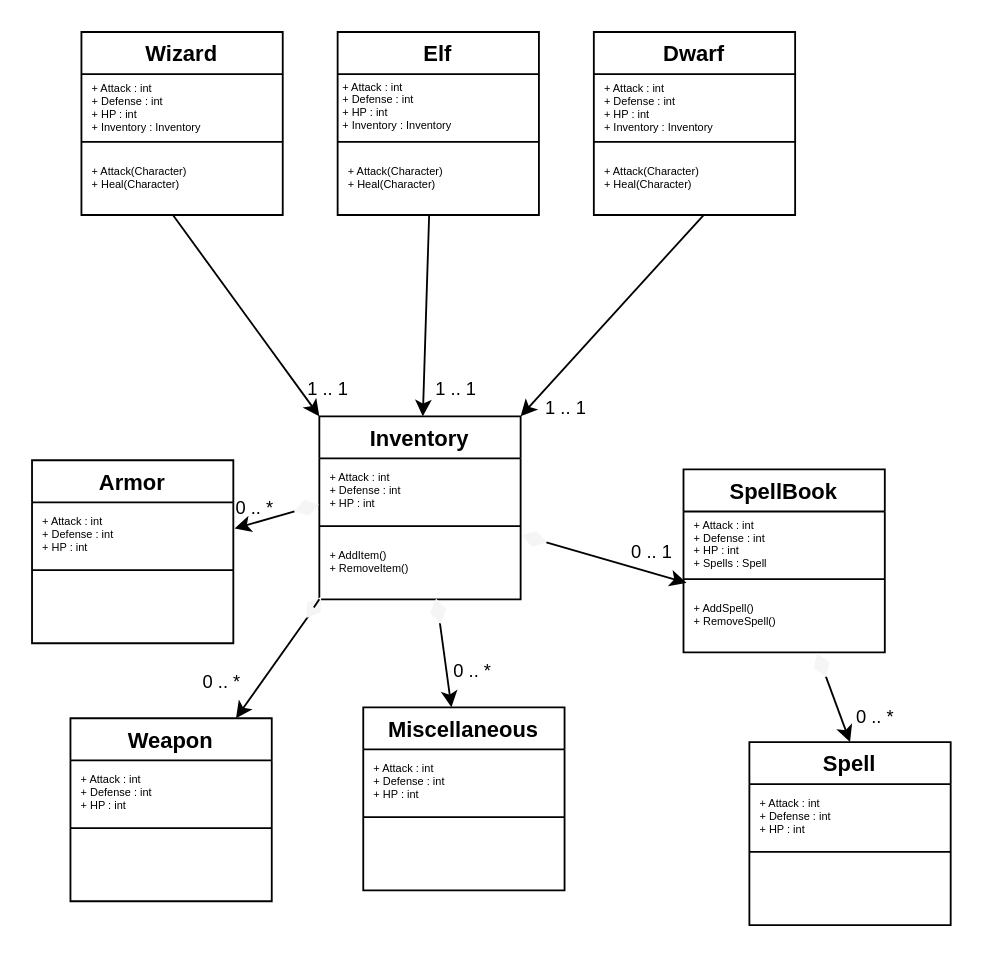
charlis96/RolePlayGame_1_Start keeps this draw.io diagram as Diagramas UML.drawio. Above is the earlier version. Source tidied: cells renumbered, new cells numbered last; positions are measured from the earlier drawing's top-left corner, leaving out a move shared by most shapes. Both pictures are drawn from the tidied source at 183%, with x=0, y=0 at pixel (31, 31).
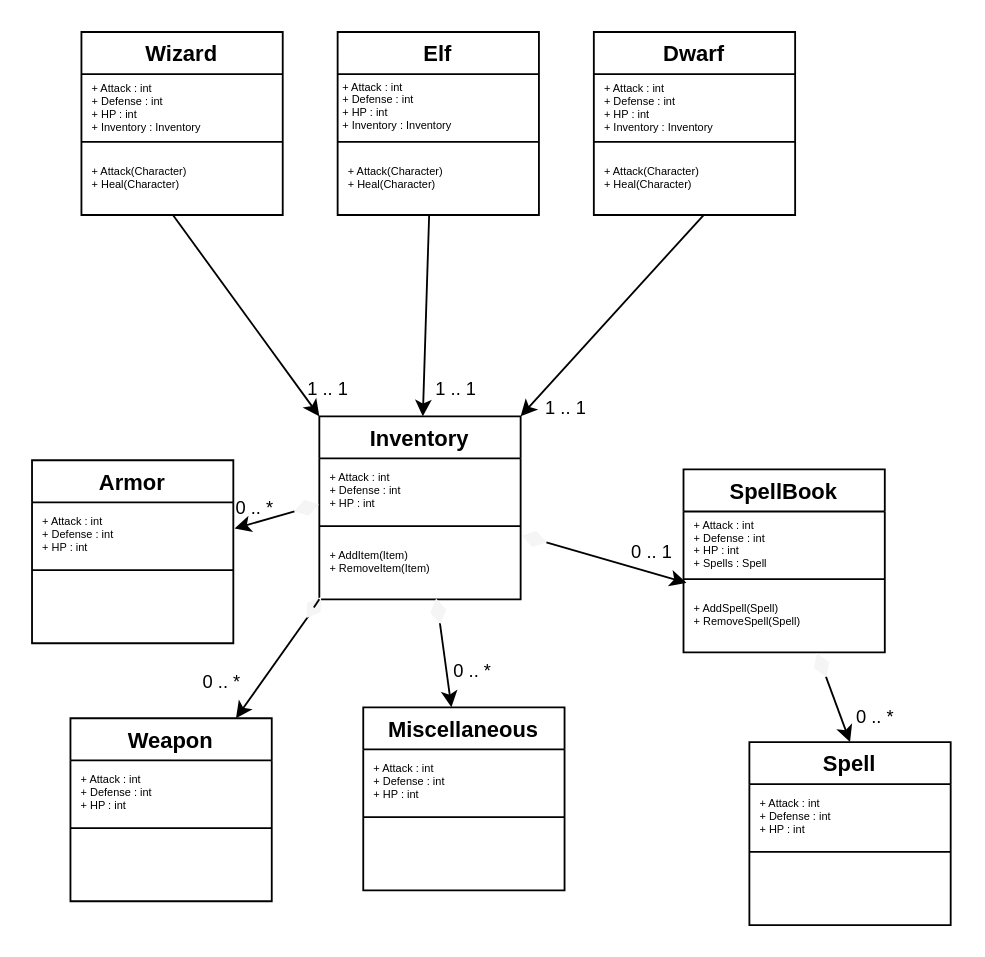
The same diagram, later.

The change refers to these unchanged cells:
```xml
<mxCell id="17" value="Inventory" style="swimlane;" parent="1" vertex="1">
  <mxGeometry x="157" y="210" width="110" height="100" as="geometry" />
</mxCell>
<mxCell id="37" value="SpellBook" style="swimlane;" parent="1" vertex="1">
  <mxGeometry x="356" y="239" width="110" height="100" as="geometry" />
</mxCell>
```

Change to the diagram source:
```diff
@@
-    <mxCell id="19" value="+ AddItem()&#10;+ RemoveItem()" style="text;strokeColor=none;fillColor=none;align=left;verticalAlign=middle;spacingLeft=4;spacingRight=4;overflow=hidden;fontSize=6;" parent="17" vertex="1">
+    <mxCell id="19" value="+ AddItem(Item)&#10;+ RemoveItem(Item)" style="text;strokeColor=none;fillColor=none;align=left;verticalAlign=middle;spacingLeft=4;spacingRight=4;overflow=hidden;fontSize=6;" parent="17" vertex="1">
       <mxGeometry y="70" width="80" height="20" as="geometry" />
     </mxCell>
@@
-    <mxCell id="40" value="+ AddSpell()&#10;+ RemoveSpell()" style="text;strokeColor=none;fillColor=none;align=left;verticalAlign=middle;spacingLeft=4;spacingRight=4;overflow=hidden;fontSize=6;" parent="37" vertex="1">
-      <mxGeometry y="65" width="60" height="30" as="geometry" />
+    <mxCell id="40" value="+ AddSpell(Spell)&#10;+ RemoveSpell(Spell)" style="text;strokeColor=none;fillColor=none;align=left;verticalAlign=middle;spacingLeft=4;spacingRight=4;overflow=hidden;fontSize=6;" parent="37" vertex="1">
+      <mxGeometry y="65" width="72" height="30" as="geometry" />
     </mxCell>
```
